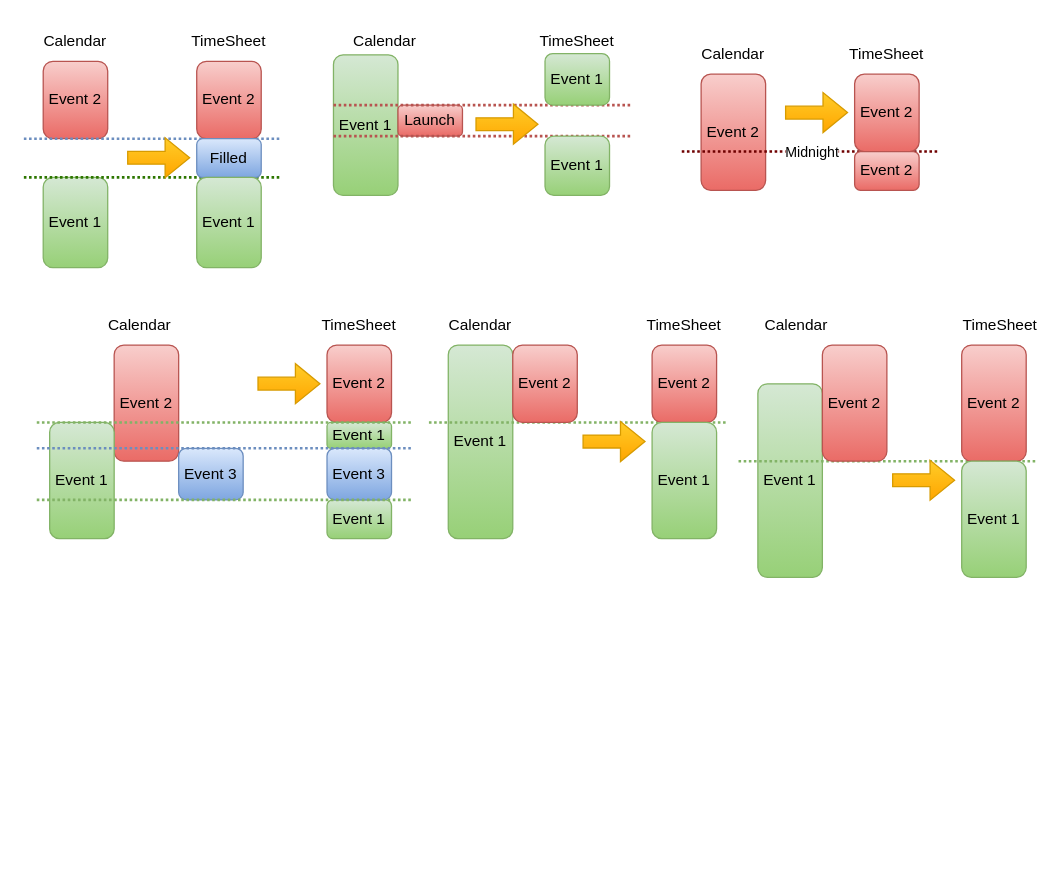
This is images/Charts.drawio from JanVasko1/KM-Calendar_Reading, a draw.io file, before an edit. Source tidied: cells renumbered, new cells numbered last; positions are measured from the earlier drawing's top-left corner, leaving out a move shared by most shapes. Both pictures are drawn from the tidied source at 129%, with x=0, y=0 at pixel (23, 22).
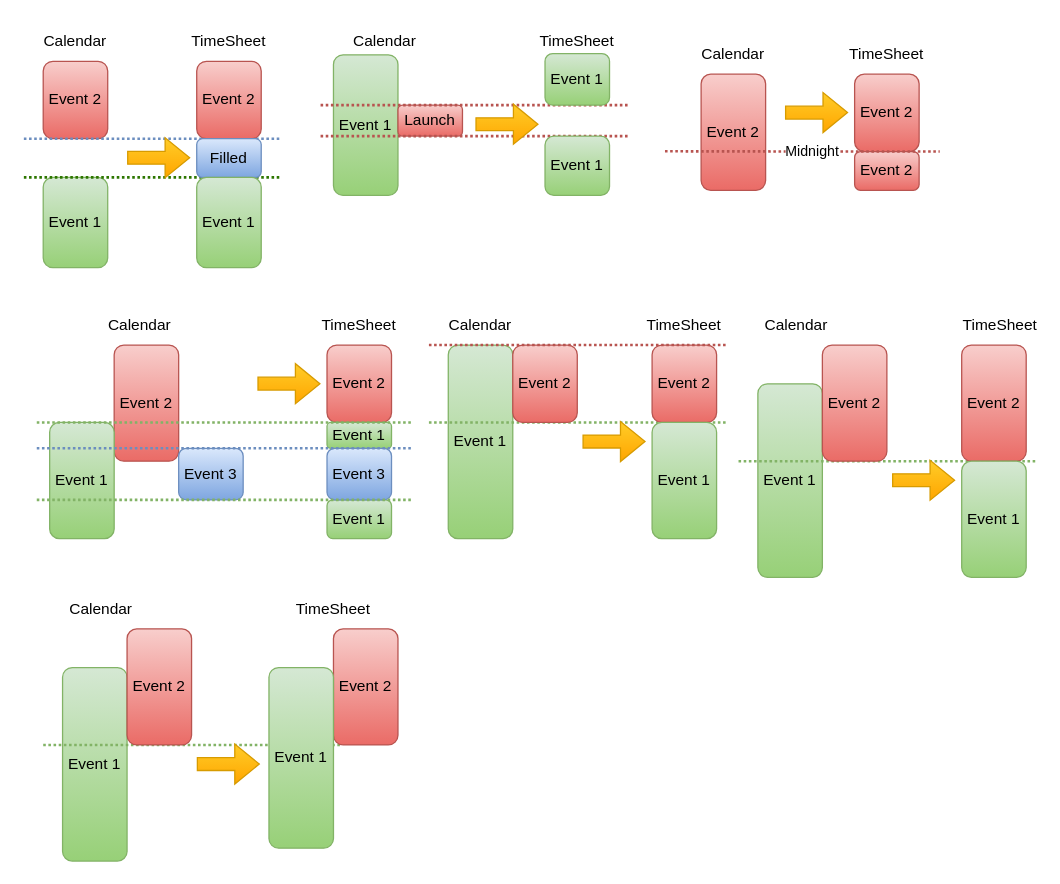
The same diagram, later.

Diff of the diagram source:
```diff
@@
-    <mxCell id="13" style="endArrow=none;dashed=1;html=1;dashPattern=1 1;strokeWidth=2;rounded=0;fillColor=#a20025;strokeColor=#6F0000;" parent="1" edge="1">
-      <mxGeometry relative="1" as="geometry">
-        <mxPoint x="510" y="100" as="sourcePoint" />
-        <mxPoint x="710" y="100" as="targetPoint" />
-      </mxGeometry>
-    </mxCell>
-    <mxCell id="14" value="Midnight" style="edgeLabel;html=1;align=center;verticalAlign=middle;" parent="13" vertex="1">
-      <mxGeometry x="-0.19" y="2" relative="1" as="geometry">
-        <mxPoint x="19" y="2" as="offset" />
-      </mxGeometry>
-    </mxCell>
@@
     <mxCell id="22" style="endArrow=none;dashed=1;html=1;dashPattern=1 1;strokeWidth=2;rounded=0;fillColor=#f8cecc;strokeColor=#b85450;gradientColor=#ea6b66;" parent="1" edge="1">
       <mxGeometry relative="1" as="geometry">
-        <mxPoint x="240" y="64" as="sourcePoint" />
+        <mxPoint x="230" y="64" as="sourcePoint" />
         <mxPoint x="470" y="64" as="targetPoint" />
       </mxGeometry>
     </mxCell>
     <mxCell id="23" style="endArrow=none;dashed=1;html=1;dashPattern=1 1;strokeWidth=2;rounded=0;fillColor=#f8cecc;strokeColor=#b85450;gradientColor=#ea6b66;" parent="1" edge="1">
       <mxGeometry relative="1" as="geometry">
-        <mxPoint x="240" y="88" as="sourcePoint" />
+        <mxPoint x="230" y="88" as="sourcePoint" />
         <mxPoint x="470" y="88" as="targetPoint" />
       </mxGeometry>
     </mxCell>
@@
+    <mxCell id="58" style="endArrow=none;dashed=1;html=1;dashPattern=1 1;strokeWidth=2;rounded=0;fillColor=#f8cecc;strokeColor=#b85450;gradientColor=#ea6b66;" parent="1" edge="1">
+      <mxGeometry relative="1" as="geometry">
+        <mxPoint x="314" y="250" as="sourcePoint" />
+        <mxPoint x="544" y="250" as="targetPoint" />
+      </mxGeometry>
+    </mxCell>
+    <mxCell id="59" style="endArrow=none;dashed=1;html=1;dashPattern=1 1;strokeWidth=2;rounded=0;fillColor=#f8cecc;strokeColor=#b85450;gradientColor=#ea6b66;" parent="1" edge="1">
+      <mxGeometry relative="1" as="geometry">
+        <mxPoint x="497" y="99.8" as="sourcePoint" />
+        <mxPoint x="710" y="100" as="targetPoint" />
+      </mxGeometry>
+    </mxCell>
+    <mxCell id="14" value="Midnight" style="edgeLabel;html=1;align=center;verticalAlign=middle;" parent="59" vertex="1">
+      <mxGeometry x="-0.09" y="1" relative="1" as="geometry">
+        <mxPoint x="16" y="1" as="offset" />
+      </mxGeometry>
+    </mxCell>
+    <mxCell id="60" value="Event 1" style="rounded=1;whiteSpace=wrap;html=1;fillColor=#d5e8d4;strokeColor=#82b366;gradientColor=#97d077;" parent="1" vertex="1">
+      <mxGeometry x="30" y="500" width="50" height="150" as="geometry" />
+    </mxCell>
+    <mxCell id="61" style="endArrow=none;dashed=1;html=1;dashPattern=1 1;strokeWidth=2;rounded=0;fillColor=#d5e8d4;strokeColor=#82b366;gradientColor=#97d077;" parent="1" edge="1">
+      <mxGeometry relative="1" as="geometry">
+        <mxPoint x="15" y="560" as="sourcePoint" />
+        <mxPoint x="245" y="560" as="targetPoint" />
+      </mxGeometry>
+    </mxCell>
+    <mxCell id="62" value="Calendar" style="text;html=1;align=center;verticalAlign=middle;whiteSpace=wrap;rounded=0;" parent="1" vertex="1">
+      <mxGeometry x="30" y="440" width="60" height="30" as="geometry" />
+    </mxCell>
+    <mxCell id="63" value="TimeSheet" style="text;html=1;align=center;verticalAlign=middle;whiteSpace=wrap;rounded=0;" parent="1" vertex="1">
+      <mxGeometry x="210" y="440" width="60" height="30" as="geometry" />
+    </mxCell>
+    <mxCell id="64" value="Event 2" style="rounded=1;whiteSpace=wrap;html=1;fillColor=#f8cecc;strokeColor=#b85450;gradientColor=#ea6b66;" parent="1" vertex="1">
+      <mxGeometry x="240" y="470" width="50" height="90" as="geometry" />
+    </mxCell>
+    <mxCell id="65" style="shape=flexArrow;endArrow=classic;html=1;rounded=0;fillColor=#ffcd28;gradientColor=#ffa500;strokeColor=#d79b00;" parent="1" edge="1">
+      <mxGeometry relative="1" as="geometry">
+        <mxPoint x="134" y="574.8" as="sourcePoint" />
+        <mxPoint x="183" y="574.8" as="targetPoint" />
+      </mxGeometry>
+    </mxCell>
+    <mxCell id="66" value="Event 1" style="rounded=1;whiteSpace=wrap;html=1;fillColor=#d5e8d4;strokeColor=#82b366;gradientColor=#97d077;" parent="1" vertex="1">
+      <mxGeometry x="190" y="500" width="50" height="140" as="geometry" />
+    </mxCell>
+    <mxCell id="67" value="Event 2" style="rounded=1;whiteSpace=wrap;html=1;fillColor=#f8cecc;strokeColor=#b85450;gradientColor=#ea6b66;" parent="1" vertex="1">
+      <mxGeometry x="80" y="470" width="50" height="90" as="geometry" />
+    </mxCell>
```
